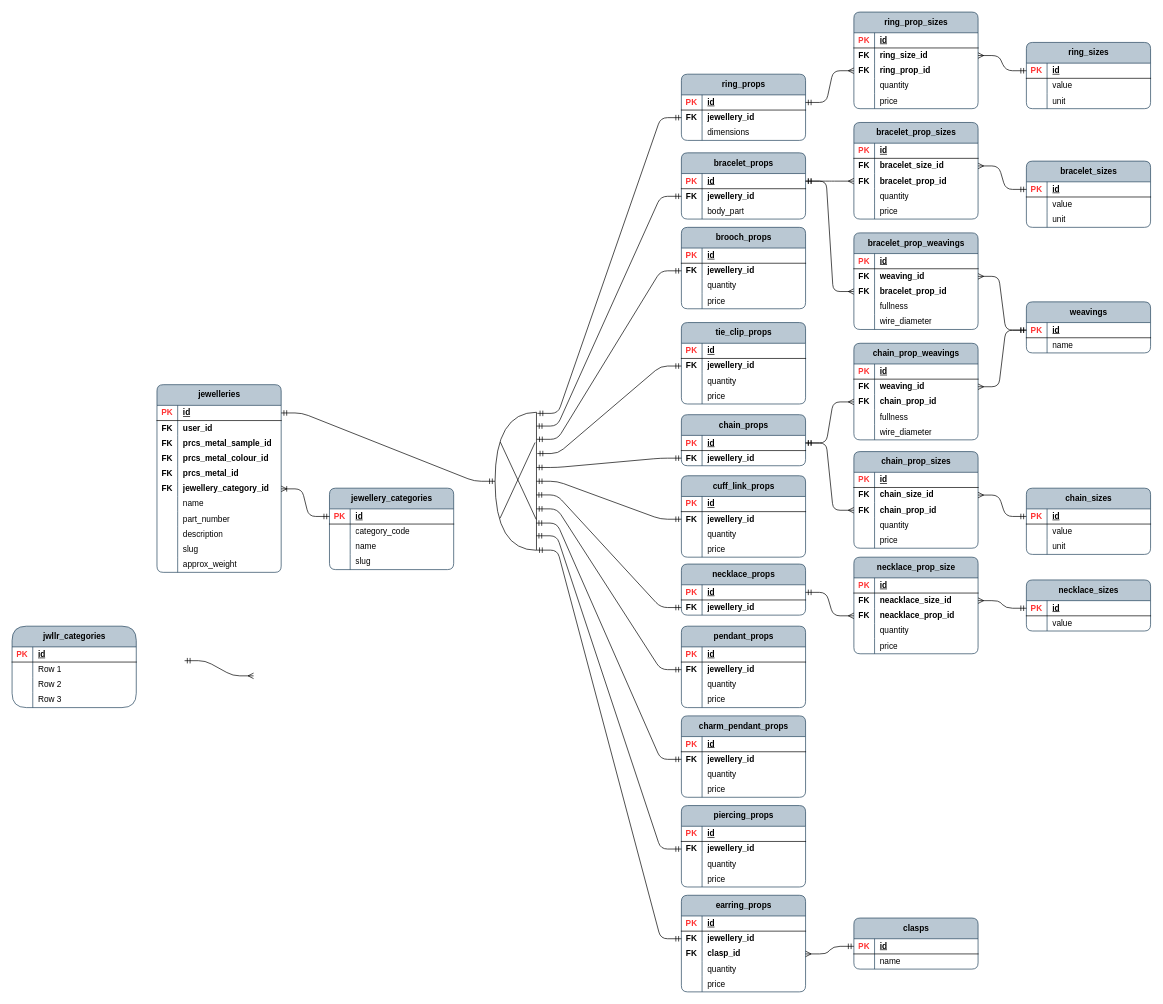
This is page "categories" (6 of 7) of jewellery_items.drawio from acwstudio/app-ben-brumm, a draw.io file, before an edit. Source tidied: cells renumbered, new cells numbered last; positions are measured from the earlier drawing's top-left corner, leaving out a move shared by most shapes. Both pictures are drawn from the tidied source at 69%, with x=0, y=0 at pixel (12, 12).
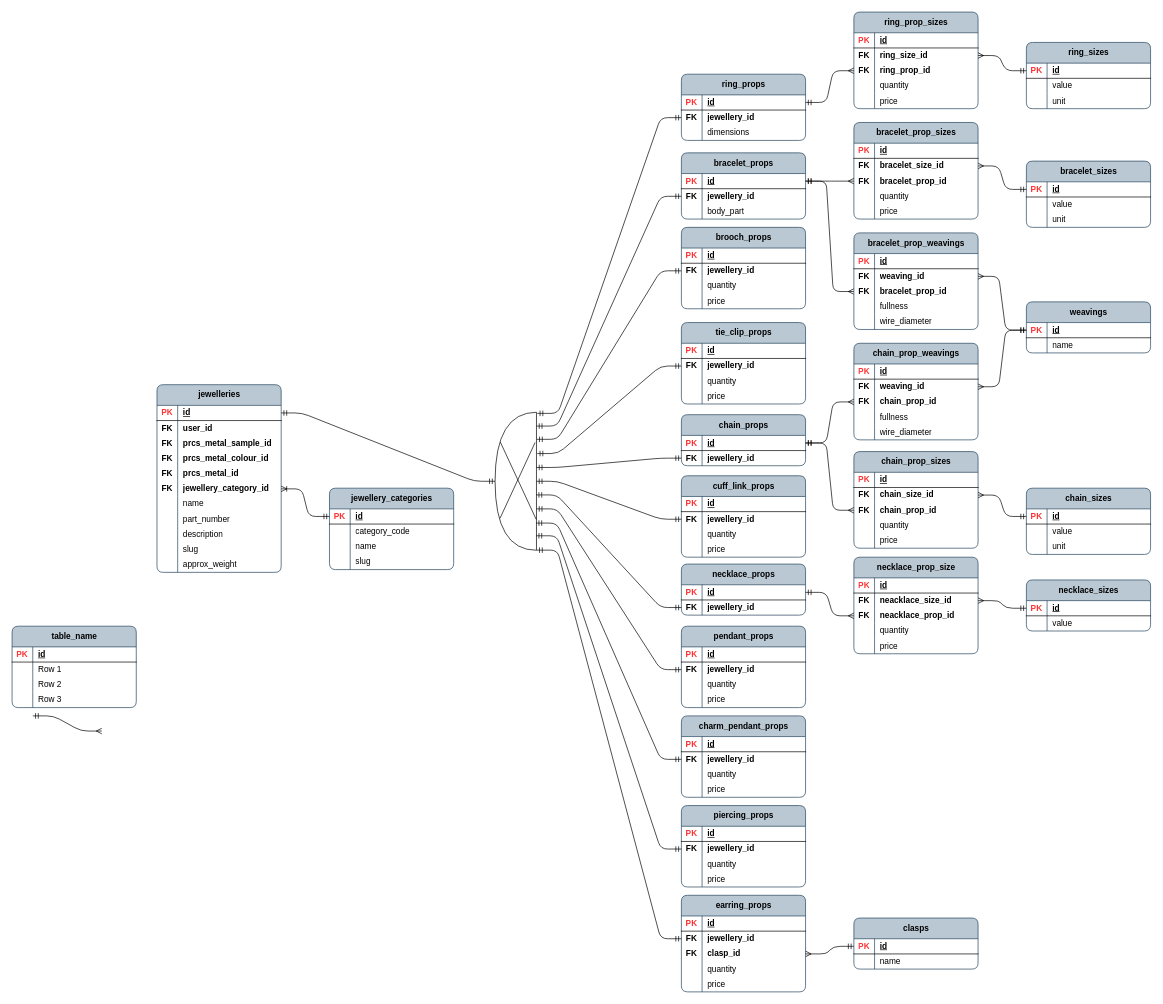
After the change.

The edit, as a diff of the source:
```diff
@@
-    <mxCell id="49" value="jwllr_categories" style="shape=table;startSize=30;childLayout=tableLayout;rowLines=0;fontStyle=1;align=center;html=1;rounded=1;swimlaneFillColor=none;fillColor=#bac8d3;strokeColor=#23445d;columnLines=1;arcSize=23;" parent="1" vertex="1">
+    <mxCell id="49" value="table_name" style="shape=table;startSize=30;childLayout=tableLayout;rowLines=0;fontStyle=1;align=center;html=1;rounded=1;swimlaneFillColor=none;fillColor=#bac8d3;strokeColor=#23445d;columnLines=1;arcSize=10;" parent="1" vertex="1">
       <mxGeometry y="890" width="180" height="118" as="geometry" />
     </mxCell>
@@
     <mxCell id="104" style="edgeStyle=entityRelationEdgeStyle;fontSize=12;html=1;endArrow=ERmany;rounded=1;curved=0;exitX=1;exitY=0.5;exitDx=0;exitDy=0;entryX=0;entryY=0.5;entryDx=0;entryDy=0;startArrow=ERmandOne;startFill=0;" parent="1" edge="1">
       <mxGeometry relative="1" as="geometry">
-        <mxPoint x="250" y="940" as="sourcePoint" />
-        <mxPoint x="350" y="962" as="targetPoint" />
+        <mxPoint x="30" y="1020" as="sourcePoint" />
+        <mxPoint x="130" y="1042" as="targetPoint" />
       </mxGeometry>
     </mxCell>
```
